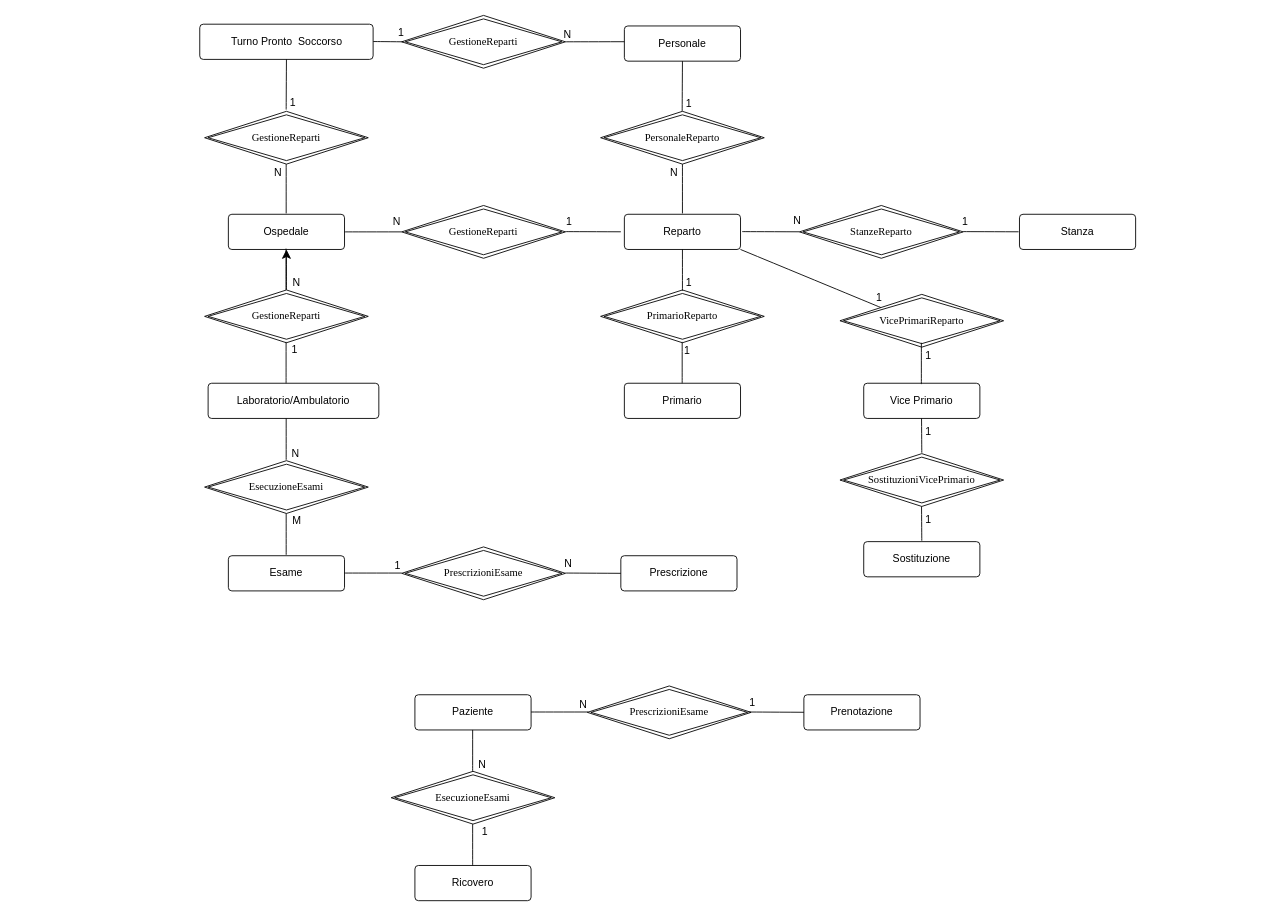
LanaSuvorova/Lab_22-23 keeps this draw.io diagram as Laboratorio1/1. Selezione e Iterazione/1. Selezione/1. Segno/Diagramma senza titolo.drawio. Above is the earlier version. Source tidied: cells renumbered, new cells numbered last; positions are measured from the earlier drawing's top-left corner, leaving out a move shared by most shapes. Both pictures are drawn from the tidied source at 88%, with x=0, y=0 at pixel (200, 15).
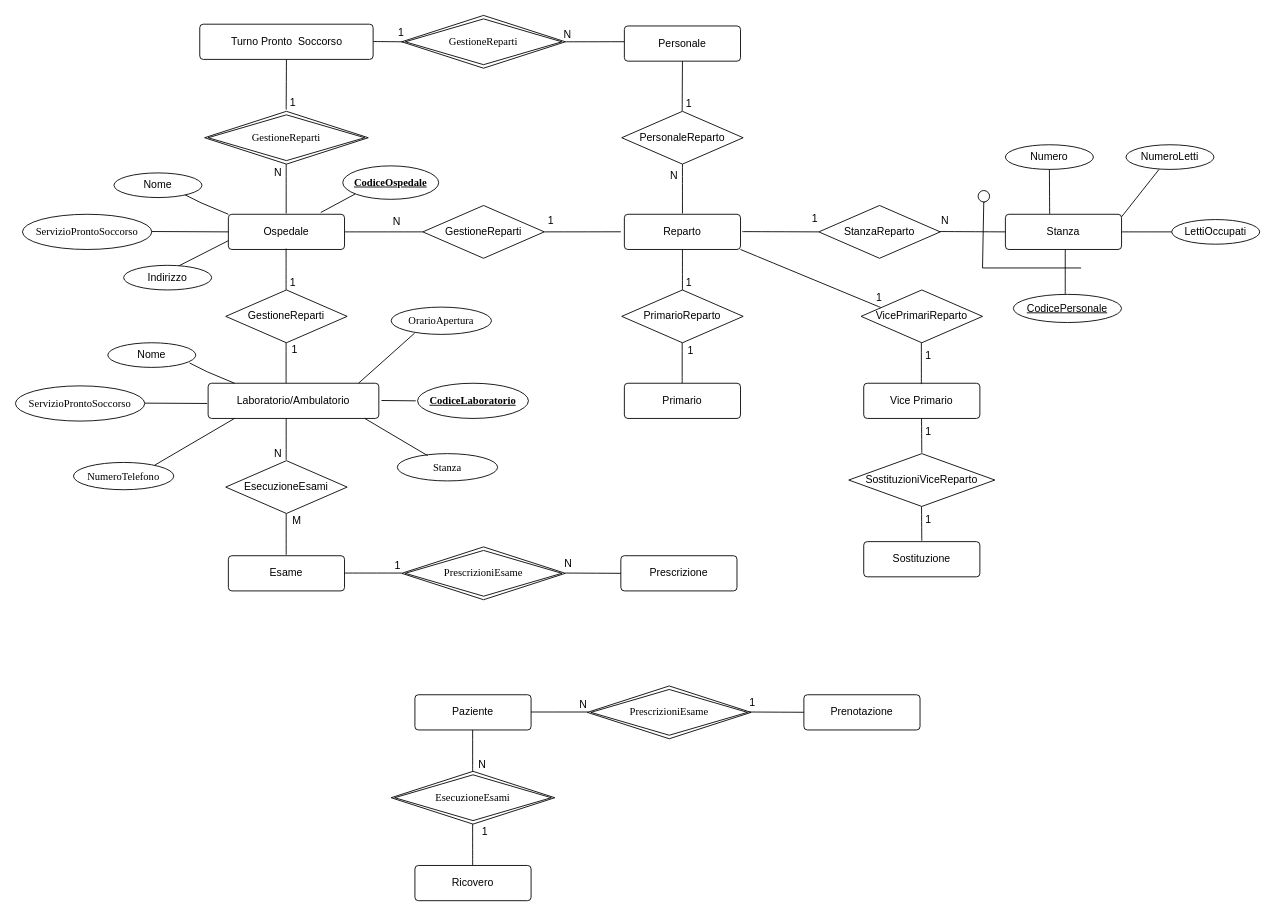
After the change.

The change refers to these unchanged cells:
```xml
<mxCell id="2" value="Ospedale" style="rounded=1;arcSize=10;whiteSpace=wrap;html=1;align=center;" parent="1" vertex="1">
  <mxGeometry x="32" y="226" width="132" height="40" as="geometry" />
</mxCell>
<mxCell id="3" value="Reparto" style="rounded=1;arcSize=10;whiteSpace=wrap;html=1;align=center;" parent="1" vertex="1">
  <mxGeometry x="482" y="226" width="132" height="40" as="geometry" />
</mxCell>
<mxCell id="8" value="Laboratorio/Ambulatorio" style="rounded=1;arcSize=10;whiteSpace=wrap;html=1;align=center;" parent="1" vertex="1">
  <mxGeometry x="9" y="418" width="194" height="40" as="geometry" />
</mxCell>
<mxCell id="34" style="endArrow=none;html=1;rounded=0;fontSize=12;startSize=8;endSize=8;curved=1;entryX=0.5;entryY=1;entryDx=0;entryDy=0;" parent="1" edge="1">
  <mxGeometry relative="1" as="geometry">
    <mxPoint x="547.7" y="418" as="sourcePoint" />
    <mxPoint x="547.7" y="371" as="targetPoint" />
  </mxGeometry>
</mxCell>
<mxCell id="53" style="endArrow=none;html=1;rounded=0;fontSize=12;startSize=8;endSize=8;curved=1;entryX=0.5;entryY=1;entryDx=0;entryDy=0;" parent="1" edge="1">
  <mxGeometry relative="1" as="geometry">
    <mxPoint x="97.7" y="505" as="sourcePoint" />
    <mxPoint x="97.7" y="458" as="targetPoint" />
  </mxGeometry>
</mxCell>
```

The edit, as a diff of the source:
```diff
@@
     <mxCell id="4" value="Stanza" style="rounded=1;arcSize=10;whiteSpace=wrap;html=1;align=center;" parent="1" vertex="1">
-      <mxGeometry x="931" y="226" width="132" height="40" as="geometry" />
+      <mxGeometry x="915" y="226" width="132" height="40" as="geometry" />
     </mxCell>
@@
-    <mxCell id="15" value="&lt;p style=&quot;margin: 0px 0px 0px 72px; text-indent: -72px; font-stretch: normal; line-height: normal; font-family: Times;&quot;&gt;GestioneReparti&lt;/p&gt;" style="shape=rhombus;double=1;perimeter=rhombusPerimeter;whiteSpace=wrap;html=1;align=center;" parent="1" vertex="1">
-      <mxGeometry x="229" y="216" width="186" height="60" as="geometry" />
-    </mxCell>
@@
-    <mxCell id="17" value="&lt;p style=&quot;margin: 0px 0px 0px 72px; text-indent: -72px; font-stretch: normal; line-height: normal; font-family: Times;&quot;&gt;StanzeReparto&lt;/p&gt;" style="shape=rhombus;double=1;perimeter=rhombusPerimeter;whiteSpace=wrap;html=1;align=center;" parent="1" vertex="1">
-      <mxGeometry x="681" y="216" width="186" height="60" as="geometry" />
-    </mxCell>
-    <mxCell id="18" value="&lt;p style=&quot;margin: 0px 0px 0px 72px; text-indent: -72px; font-stretch: normal; line-height: normal; font-family: Times;&quot;&gt;PersonaleReparto&lt;/p&gt;" style="shape=rhombus;double=1;perimeter=rhombusPerimeter;whiteSpace=wrap;html=1;align=center;" parent="1" vertex="1">
-      <mxGeometry x="455" y="109" width="186" height="60" as="geometry" />
-    </mxCell>
-    <mxCell id="19" style="endArrow=none;html=1;rounded=0;fontSize=12;startSize=8;endSize=8;curved=1;entryX=0;entryY=0.5;entryDx=0;entryDy=0;exitX=1;exitY=0.5;exitDx=0;exitDy=0;" parent="1" edge="1" source="2" target="15">
+    <mxCell id="19" style="endArrow=none;html=1;rounded=0;fontSize=12;startSize=8;endSize=8;curved=1;entryX=0;entryY=0.5;entryDx=0;entryDy=0;exitX=1;exitY=0.5;exitDx=0;exitDy=0;" parent="1" edge="1" source="2" target="106">
       <mxGeometry relative="1" as="geometry" />
     </mxCell>
     <mxCell id="20" value="1" style="html=1;whiteSpace=wrap;align=right;verticalAlign=bottom;" parent="19" vertex="1">
       <mxGeometry x="1" relative="1" as="geometry">
-        <mxPoint x="195" y="-3" as="offset" />
+        <mxPoint x="150" y="-4" as="offset" />
       </mxGeometry>
     </mxCell>
-    <mxCell id="21" style="endArrow=none;html=1;rounded=0;fontSize=12;startSize=8;endSize=8;curved=1;" parent="1" edge="1">
+    <mxCell id="21" style="endArrow=none;html=1;rounded=0;fontSize=12;startSize=8;endSize=8;curved=1;exitX=1;exitY=0.5;exitDx=0;exitDy=0;" parent="1" edge="1" source="106">
       <mxGeometry relative="1" as="geometry">
-        <mxPoint x="415" y="245.7" as="sourcePoint" />
         <mxPoint x="478" y="245.9" as="targetPoint" />
       </mxGeometry>
     </mxCell>
@@
-    <mxCell id="23" style="endArrow=none;html=1;rounded=0;fontSize=12;startSize=8;endSize=8;curved=1;exitX=0.5;exitY=1;exitDx=0;exitDy=0;" parent="1" edge="1" source="18">
+    <mxCell id="23" style="endArrow=none;html=1;rounded=0;fontSize=12;startSize=8;endSize=8;curved=1;exitX=0.5;exitY=1;exitDx=0;exitDy=0;" parent="1" edge="1">
       <mxGeometry relative="1" as="geometry">
+        <mxPoint x="548" y="169" as="sourcePoint" />
         <mxPoint x="548" y="225" as="targetPoint" />
       </mxGeometry>
     </mxCell>
     <mxCell id="24" value="N" style="html=1;whiteSpace=wrap;align=right;verticalAlign=bottom;" parent="23" vertex="1">
       <mxGeometry x="1" relative="1" as="geometry">
-        <mxPoint x="-4" y="-38" as="offset" />
+        <mxPoint x="-4" y="-35" as="offset" />
       </mxGeometry>
     </mxCell>
@@
-    <mxCell id="27" style="endArrow=none;html=1;rounded=0;fontSize=12;startSize=8;endSize=8;curved=1;entryX=0;entryY=0.5;entryDx=0;entryDy=0;" parent="1" edge="1">
+    <mxCell id="27" style="endArrow=none;html=1;rounded=0;fontSize=12;startSize=8;endSize=8;curved=1;entryX=0;entryY=0.5;entryDx=0;entryDy=0;" parent="1" edge="1" target="107">
       <mxGeometry relative="1" as="geometry">
         <mxPoint x="616" y="245.7" as="sourcePoint" />
-        <mxPoint x="681" y="245.9" as="targetPoint" />
       </mxGeometry>
     </mxCell>
     <mxCell id="28" value="1" style="html=1;whiteSpace=wrap;align=right;verticalAlign=bottom;" parent="27" vertex="1">
       <mxGeometry x="1" relative="1" as="geometry">
-        <mxPoint x="193" y="-3" as="offset" />
+        <mxPoint y="-7" as="offset" />
       </mxGeometry>
     </mxCell>
     <mxCell id="29" style="endArrow=none;html=1;rounded=0;fontSize=12;startSize=8;endSize=8;curved=1;" parent="1" edge="1">
       <mxGeometry relative="1" as="geometry">
-        <mxPoint x="867" y="245.7" as="sourcePoint" />
-        <mxPoint x="930" y="245.9" as="targetPoint" />
+        <mxPoint x="838" y="245.6" as="sourcePoint" />
+        <mxPoint x="915" y="246" as="targetPoint" />
       </mxGeometry>
     </mxCell>
     <mxCell id="30" value="N" style="html=1;whiteSpace=wrap;align=right;verticalAlign=bottom;" parent="29" vertex="1">
       <mxGeometry x="1" relative="1" as="geometry">
-        <mxPoint x="-246" y="-4" as="offset" />
+        <mxPoint x="-63" y="-4" as="offset" />
       </mxGeometry>
     </mxCell>
-    <mxCell id="31" value="&lt;p style=&quot;margin: 0px 0px 0px 72px; text-indent: -72px; font-stretch: normal; line-height: normal; font-family: Times;&quot;&gt;PrimarioReparto&lt;/p&gt;" style="shape=rhombus;double=1;perimeter=rhombusPerimeter;whiteSpace=wrap;html=1;align=center;" parent="1" vertex="1">
-      <mxGeometry x="455" y="312" width="186" height="60" as="geometry" />
-    </mxCell>
@@
     <mxCell id="35" value="1" style="html=1;whiteSpace=wrap;align=right;verticalAlign=bottom;" parent="34" vertex="1">
       <mxGeometry x="1" relative="1" as="geometry">
-        <mxPoint x="10" y="18" as="offset" />
+        <mxPoint x="14" y="18" as="offset" />
       </mxGeometry>
     </mxCell>
-    <mxCell id="36" value="&lt;p style=&quot;margin: 0px 0px 0px 72px; text-indent: -72px; font-stretch: normal; line-height: normal; font-family: Times;&quot;&gt;VicePrimariReparto&lt;/p&gt;" style="shape=rhombus;double=1;perimeter=rhombusPerimeter;whiteSpace=wrap;html=1;align=center;" parent="1" vertex="1">
-      <mxGeometry x="727" y="317" width="186" height="60" as="geometry" />
-    </mxCell>
@@
-    <mxCell id="39" style="endArrow=none;html=1;rounded=0;fontSize=12;startSize=8;endSize=8;curved=1;entryX=1;entryY=1;entryDx=0;entryDy=0;exitX=0;exitY=0;exitDx=0;exitDy=0;" parent="1" edge="1" source="36" target="3">
-      <mxGeometry relative="1" as="geometry" />
+    <mxCell id="39" style="endArrow=none;html=1;rounded=0;fontSize=12;startSize=8;endSize=8;curved=1;entryX=1;entryY=1;entryDx=0;entryDy=0;exitX=0;exitY=0;exitDx=0;exitDy=0;" parent="1" edge="1" target="3">
+      <mxGeometry relative="1" as="geometry">
+        <mxPoint x="773.5" y="332" as="sourcePoint" />
+      </mxGeometry>
     </mxCell>
@@
-    <mxCell id="41" value="&lt;p style=&quot;margin: 0px 0px 0px 72px; text-indent: -72px; font-stretch: normal; line-height: normal; font-family: Times;&quot;&gt;SostituzioniVicePrimario&lt;/p&gt;" style="shape=rhombus;double=1;perimeter=rhombusPerimeter;whiteSpace=wrap;html=1;align=center;" parent="1" vertex="1">
-      <mxGeometry x="727" y="498" width="186" height="60" as="geometry" />
-    </mxCell>
@@
-    <mxCell id="46" style="edgeStyle=none;curved=1;rounded=0;jettySize=auto;html=1;fontSize=12;startSize=8;endSize=8;" parent="1" edge="1" source="47" target="2">
-      <mxGeometry relative="1" as="geometry" />
-    </mxCell>
-    <mxCell id="47" value="&lt;p style=&quot;margin: 0px 0px 0px 72px; text-indent: -72px; font-stretch: normal; line-height: normal; font-family: Times;&quot;&gt;GestioneReparti&lt;/p&gt;" style="shape=rhombus;double=1;perimeter=rhombusPerimeter;whiteSpace=wrap;html=1;align=center;" parent="1" vertex="1">
-      <mxGeometry x="5" y="312" width="186" height="60" as="geometry" />
-    </mxCell>
-    <mxCell id="48" style="endArrow=none;html=1;rounded=0;fontSize=12;startSize=8;endSize=8;curved=1;entryX=0.5;entryY=1;entryDx=0;entryDy=0;" parent="1" edge="1">
-      <mxGeometry relative="1" as="geometry">
-        <mxPoint x="97.5" y="312" as="sourcePoint" />
-        <mxPoint x="97.5" y="265" as="targetPoint" />
-      </mxGeometry>
-    </mxCell>
-    <mxCell id="49" value="N" style="html=1;whiteSpace=wrap;align=right;verticalAlign=bottom;" parent="48" vertex="1">
-      <mxGeometry x="1" relative="1" as="geometry">
-        <mxPoint x="17" y="47" as="offset" />
-      </mxGeometry>
-    </mxCell>
@@
-    <mxCell id="52" value="&lt;p style=&quot;margin: 0px 0px 0px 72px; text-indent: -72px; font-stretch: normal; line-height: normal; font-family: Times;&quot;&gt;EsecuzioneEsami&lt;/p&gt;" style="shape=rhombus;double=1;perimeter=rhombusPerimeter;whiteSpace=wrap;html=1;align=center;" parent="1" vertex="1">
-      <mxGeometry x="5" y="506" width="186" height="60" as="geometry" />
-    </mxCell>
@@
     <mxCell id="54" value="N" style="html=1;whiteSpace=wrap;align=right;verticalAlign=bottom;" parent="53" vertex="1">
       <mxGeometry x="1" relative="1" as="geometry">
-        <mxPoint x="16" y="48" as="offset" />
+        <mxPoint x="-4" y="48" as="offset" />
       </mxGeometry>
     </mxCell>
@@
+    <mxCell id="82" style="endArrow=none;html=1;rounded=0;fontSize=12;startSize=8;endSize=8;curved=1;entryX=0.5;entryY=1;entryDx=0;entryDy=0;" parent="1" edge="1">
+      <mxGeometry relative="1" as="geometry">
+        <mxPoint x="97.6" y="312" as="sourcePoint" />
+        <mxPoint x="97.6" y="265" as="targetPoint" />
+      </mxGeometry>
+    </mxCell>
+    <mxCell id="83" value="1" style="html=1;whiteSpace=wrap;align=right;verticalAlign=bottom;" parent="82" vertex="1">
+      <mxGeometry x="1" relative="1" as="geometry">
+        <mxPoint x="12" y="47" as="offset" />
+      </mxGeometry>
+    </mxCell>
+    <mxCell id="84" value="&lt;p style=&quot;margin: 0px 0px 0px 72px; text-indent: -72px; font-stretch: normal; line-height: normal; font-family: Times;&quot;&gt;&lt;b&gt;CodiceOspedale&lt;/b&gt;&lt;/p&gt;" style="ellipse;whiteSpace=wrap;html=1;align=center;fontStyle=4;" parent="1" vertex="1">
+      <mxGeometry x="162" y="171" width="109" height="38" as="geometry" />
+    </mxCell>
+    <mxCell id="85" value="&lt;p style=&quot;margin: 0px 0px 0px 72px; text-indent: -72px; font-stretch: normal; line-height: normal; font-family: Times;&quot;&gt;ServizioProntoSoccorso&lt;/p&gt;" style="ellipse;whiteSpace=wrap;html=1;align=center;" parent="1" vertex="1">
+      <mxGeometry x="-202" y="226" width="147" height="40" as="geometry" />
+    </mxCell>
+    <mxCell id="86" style="endArrow=none;html=1;rounded=0;entryX=0;entryY=0.5;entryDx=0;entryDy=0;" parent="1" edge="1" target="2">
+      <mxGeometry relative="1" as="geometry">
+        <mxPoint x="-55" y="245.6" as="sourcePoint" />
+      </mxGeometry>
+    </mxCell>
+    <mxCell id="87" style="endArrow=none;html=1;rounded=0;entryX=0;entryY=0.75;entryDx=0;entryDy=0;" parent="1" edge="1" target="2">
+      <mxGeometry relative="1" as="geometry">
+        <mxPoint x="-25" y="285" as="sourcePoint" />
+      </mxGeometry>
+    </mxCell>
+    <mxCell id="88" style="endArrow=none;html=1;rounded=0;entryX=0;entryY=0;entryDx=0;entryDy=0;" parent="1" edge="1" target="2">
+      <mxGeometry relative="1" as="geometry">
+        <mxPoint x="-19" y="203" as="sourcePoint" />
+        <Array as="points">
+          <mxPoint x="1" y="213" />
+        </Array>
+      </mxGeometry>
+    </mxCell>
+    <mxCell id="89" style="endArrow=none;html=1;rounded=0;entryX=0;entryY=0.75;entryDx=0;entryDy=0;" parent="1" edge="1">
+      <mxGeometry relative="1" as="geometry">
+        <mxPoint x="137" y="224" as="sourcePoint" />
+        <mxPoint x="176" y="203" as="targetPoint" />
+      </mxGeometry>
+    </mxCell>
+    <mxCell id="90" style="endArrow=none;html=1;rounded=0;entryX=0;entryY=0;entryDx=0;entryDy=0;" parent="1" edge="1">
+      <mxGeometry relative="1" as="geometry">
+        <mxPoint x="-12" y="395" as="sourcePoint" />
+        <mxPoint x="39" y="418" as="targetPoint" />
+        <Array as="points">
+          <mxPoint x="8" y="405" />
+        </Array>
+      </mxGeometry>
+    </mxCell>
+    <mxCell id="91" style="edgeStyle=orthogonalEdgeStyle;rounded=0;orthogonalLoop=1;jettySize=auto;html=1;exitX=0.5;exitY=1;exitDx=0;exitDy=0;" parent="1" edge="1">
+      <mxGeometry relative="1" as="geometry">
+        <mxPoint x="-50.5" y="402" as="sourcePoint" />
+        <mxPoint x="-50.5" y="402" as="targetPoint" />
+      </mxGeometry>
+    </mxCell>
+    <mxCell id="92" value="Nome" style="ellipse;whiteSpace=wrap;html=1;align=center;" parent="1" vertex="1">
+      <mxGeometry x="-105" y="372" width="100" height="28" as="geometry" />
+    </mxCell>
+    <mxCell id="93" value="&lt;p style=&quot;margin: 0px 0px 0px 72px; text-indent: -72px; font-stretch: normal; line-height: normal; font-family: Times;&quot;&gt;ServizioProntoSoccorso&lt;/p&gt;" style="ellipse;whiteSpace=wrap;html=1;align=center;" parent="1" vertex="1">
+      <mxGeometry x="-210" y="421" width="147" height="40" as="geometry" />
+    </mxCell>
+    <mxCell id="94" value="&lt;p style=&quot;margin: 0px 0px 0px 72px; text-indent: -72px; font-stretch: normal; line-height: normal; font-family: Times;&quot;&gt;&lt;b&gt;CodiceLaboratorio&lt;/b&gt;&lt;/p&gt;" style="ellipse;whiteSpace=wrap;html=1;align=center;fontStyle=4;" parent="1" vertex="1">
+      <mxGeometry x="247" y="418" width="126" height="40" as="geometry" />
+    </mxCell>
+    <mxCell id="95" style="endArrow=none;html=1;rounded=0;" parent="1" edge="1">
+      <mxGeometry relative="1" as="geometry">
+        <mxPoint x="206" y="437.6" as="sourcePoint" />
+        <mxPoint x="245" y="438" as="targetPoint" />
+      </mxGeometry>
+    </mxCell>
+    <mxCell id="96" style="endArrow=none;html=1;rounded=0;" parent="1" edge="1">
+      <mxGeometry relative="1" as="geometry">
+        <mxPoint x="-63" y="440.6" as="sourcePoint" />
+        <mxPoint x="8" y="441" as="targetPoint" />
+      </mxGeometry>
+    </mxCell>
+    <mxCell id="97" value="GestioneReparti" style="shape=rhombus;perimeter=rhombusPerimeter;whiteSpace=wrap;html=1;align=center;" parent="1" vertex="1">
+      <mxGeometry x="29" y="312" width="138" height="60" as="geometry" />
+    </mxCell>
+    <mxCell id="52" value="EsecuzioneEsami" style="shape=rhombus;perimeter=rhombusPerimeter;whiteSpace=wrap;html=1;align=center;" parent="1" vertex="1">
+      <mxGeometry x="29" y="506" width="138" height="60" as="geometry" />
+    </mxCell>
+    <mxCell id="98" value="Indirizzo" style="ellipse;whiteSpace=wrap;html=1;align=center;" parent="1" vertex="1">
+      <mxGeometry x="-87" y="284" width="100" height="28" as="geometry" />
+    </mxCell>
+    <mxCell id="99" value="Nome" style="ellipse;whiteSpace=wrap;html=1;align=center;" parent="1" vertex="1">
+      <mxGeometry x="-98" y="179" width="100" height="28" as="geometry" />
+    </mxCell>
+    <mxCell id="100" value="&lt;p style=&quot;margin: 0px 0px 0px 72px; text-indent: -72px; font-stretch: normal; line-height: normal; font-family: Times;&quot;&gt;NumeroTelefono&lt;/p&gt;" style="ellipse;whiteSpace=wrap;html=1;align=center;" parent="1" vertex="1">
+      <mxGeometry x="-144" y="508" width="114" height="31" as="geometry" />
+    </mxCell>
+    <mxCell id="101" value="&lt;p style=&quot;margin: 0px 0px 0px 72px; text-indent: -72px; font-stretch: normal; line-height: normal; font-family: Times;&quot;&gt;OrarioApertura&lt;/p&gt;" style="ellipse;whiteSpace=wrap;html=1;align=center;" parent="1" vertex="1">
+      <mxGeometry x="217" y="331.5" width="114" height="31" as="geometry" />
+    </mxCell>
+    <mxCell id="102" value="&lt;p style=&quot;margin: 0px 0px 0px 72px; text-indent: -72px; font-stretch: normal; line-height: normal; font-family: Times;&quot;&gt;Stanza&lt;/p&gt;" style="ellipse;whiteSpace=wrap;html=1;align=center;" parent="1" vertex="1">
+      <mxGeometry x="224" y="498" width="114" height="31" as="geometry" />
+    </mxCell>
+    <mxCell id="103" style="endArrow=none;html=1;rounded=0;entryX=0;entryY=0.75;entryDx=0;entryDy=0;exitX=0.81;exitY=0.099;exitDx=0;exitDy=0;exitPerimeter=0;" parent="1" edge="1" source="100">
+      <mxGeometry relative="1" as="geometry">
+        <mxPoint x="39" y="458" as="targetPoint" />
+      </mxGeometry>
+    </mxCell>
+    <mxCell id="104" style="endArrow=none;html=1;rounded=0;entryX=0.881;entryY=0;entryDx=0;entryDy=0;exitX=0.234;exitY=0.954;exitDx=0;exitDy=0;exitPerimeter=0;entryPerimeter=0;" parent="1" edge="1" source="101" target="8">
+      <mxGeometry relative="1" as="geometry" />
+    </mxCell>
+    <mxCell id="105" style="endArrow=none;html=1;rounded=0;entryX=0.976;entryY=1.019;entryDx=0;entryDy=0;exitX=0.358;exitY=0.002;exitDx=0;exitDy=0;exitPerimeter=0;entryPerimeter=0;" parent="1" edge="1">
+      <mxGeometry relative="1" as="geometry">
+        <mxPoint x="258.5" y="500.3" as="sourcePoint" />
+        <mxPoint x="187" y="458" as="targetPoint" />
+      </mxGeometry>
+    </mxCell>
+    <mxCell id="106" value="GestioneReparti" style="shape=rhombus;perimeter=rhombusPerimeter;whiteSpace=wrap;html=1;align=center;" parent="1" vertex="1">
+      <mxGeometry x="253" y="216" width="138" height="60" as="geometry" />
+    </mxCell>
+    <mxCell id="18" value="PersonaleReparto" style="shape=rhombus;perimeter=rhombusPerimeter;whiteSpace=wrap;html=1;align=center;" parent="1" vertex="1">
+      <mxGeometry x="479" y="109" width="138" height="60" as="geometry" />
+    </mxCell>
+    <mxCell id="31" value="PrimarioReparto" style="shape=rhombus;perimeter=rhombusPerimeter;whiteSpace=wrap;html=1;align=center;" parent="1" vertex="1">
+      <mxGeometry x="479" y="312" width="138" height="60" as="geometry" />
+    </mxCell>
+    <mxCell id="107" value="StanzaReparto" style="shape=rhombus;perimeter=rhombusPerimeter;whiteSpace=wrap;html=1;align=center;" parent="1" vertex="1">
+      <mxGeometry x="703" y="216" width="138" height="60" as="geometry" />
+    </mxCell>
+    <mxCell id="36" value="VicePrimariReparto" style="shape=rhombus;perimeter=rhombusPerimeter;whiteSpace=wrap;html=1;align=center;" parent="1" vertex="1">
+      <mxGeometry x="751" y="312" width="138" height="60" as="geometry" />
+    </mxCell>
+    <mxCell id="108" value="SostituzioniViceReparto" style="shape=rhombus;perimeter=rhombusPerimeter;whiteSpace=wrap;html=1;align=center;" parent="1" vertex="1">
+      <mxGeometry x="737" y="498" width="166" height="60" as="geometry" />
+    </mxCell>
+    <mxCell id="109" value="Numero" style="ellipse;whiteSpace=wrap;html=1;align=center;" parent="1" vertex="1">
+      <mxGeometry x="915" y="147" width="100" height="28" as="geometry" />
+    </mxCell>
+    <mxCell id="110" value="NumeroLetti" style="ellipse;whiteSpace=wrap;html=1;align=center;" parent="1" vertex="1">
+      <mxGeometry x="1052" y="147" width="100" height="28" as="geometry" />
+    </mxCell>
+    <mxCell id="111" value="LettiOccupati" style="ellipse;whiteSpace=wrap;html=1;align=center;" parent="1" vertex="1">
+      <mxGeometry x="1104" y="232" width="100" height="28" as="geometry" />
+    </mxCell>
+    <mxCell id="112" style="endArrow=none;html=1;rounded=0;fontSize=12;startSize=8;endSize=8;curved=1;entryX=0.5;entryY=1;entryDx=0;entryDy=0;exitX=0.381;exitY=-0.008;exitDx=0;exitDy=0;exitPerimeter=0;" parent="1" edge="1" source="4" target="109">
+      <mxGeometry relative="1" as="geometry" />
+    </mxCell>
+    <mxCell id="113" style="endArrow=none;html=1;rounded=0;fontSize=12;startSize=8;endSize=8;curved=1;entryX=0.5;entryY=1;entryDx=0;entryDy=0;exitX=0.829;exitY=-0.027;exitDx=0;exitDy=0;exitPerimeter=0;" parent="1" edge="1">
+      <mxGeometry relative="1" as="geometry">
+        <mxPoint x="1047" y="228.9" as="sourcePoint" />
+        <mxPoint x="1089.6" y="175" as="targetPoint" />
+      </mxGeometry>
+    </mxCell>
+    <mxCell id="114" style="endArrow=none;html=1;rounded=0;fontSize=12;startSize=8;endSize=8;curved=1;entryX=0;entryY=0.5;entryDx=0;entryDy=0;exitX=1;exitY=0.5;exitDx=0;exitDy=0;" parent="1" edge="1" source="4" target="111">
+      <mxGeometry relative="1" as="geometry" />
+    </mxCell>
+    <mxCell id="115" value="CodicePersonale" style="ellipse;whiteSpace=wrap;html=1;align=center;fontStyle=4;" parent="1" vertex="1">
+      <mxGeometry x="924" y="317" width="123" height="32" as="geometry" />
+    </mxCell>
+    <mxCell id="116" style="endArrow=none;html=1;rounded=0;fontSize=12;startSize=8;endSize=8;curved=1;entryX=0.5;entryY=1;entryDx=0;entryDy=0;exitX=0.381;exitY=-0.008;exitDx=0;exitDy=0;exitPerimeter=0;" parent="1" edge="1">
+      <mxGeometry relative="1" as="geometry">
+        <mxPoint x="983" y="317" as="sourcePoint" />
+        <mxPoint x="983" y="266" as="targetPoint" />
+      </mxGeometry>
+    </mxCell>
+    <mxCell id="117" style="endArrow=none;html=1;rounded=0;" parent="1" edge="1" source="119">
+      <mxGeometry relative="1" as="geometry">
+        <mxPoint x="1001" y="287" as="targetPoint" />
+        <Array as="points">
+          <mxPoint x="889" y="287" />
+        </Array>
+      </mxGeometry>
+    </mxCell>
+    <mxCell id="118" style="endArrow=none;html=1;rounded=0;" parent="1" edge="1" target="119">
+      <mxGeometry relative="1" as="geometry">
+        <mxPoint x="891" y="213" as="sourcePoint" />
+      </mxGeometry>
+    </mxCell>
+    <mxCell id="119" style="ellipse;whiteSpace=wrap;html=1;strokeColor=#000000;" parent="1" vertex="1">
+      <mxGeometry x="884" y="199" width="13" height="13" as="geometry" />
+    </mxCell>
```
